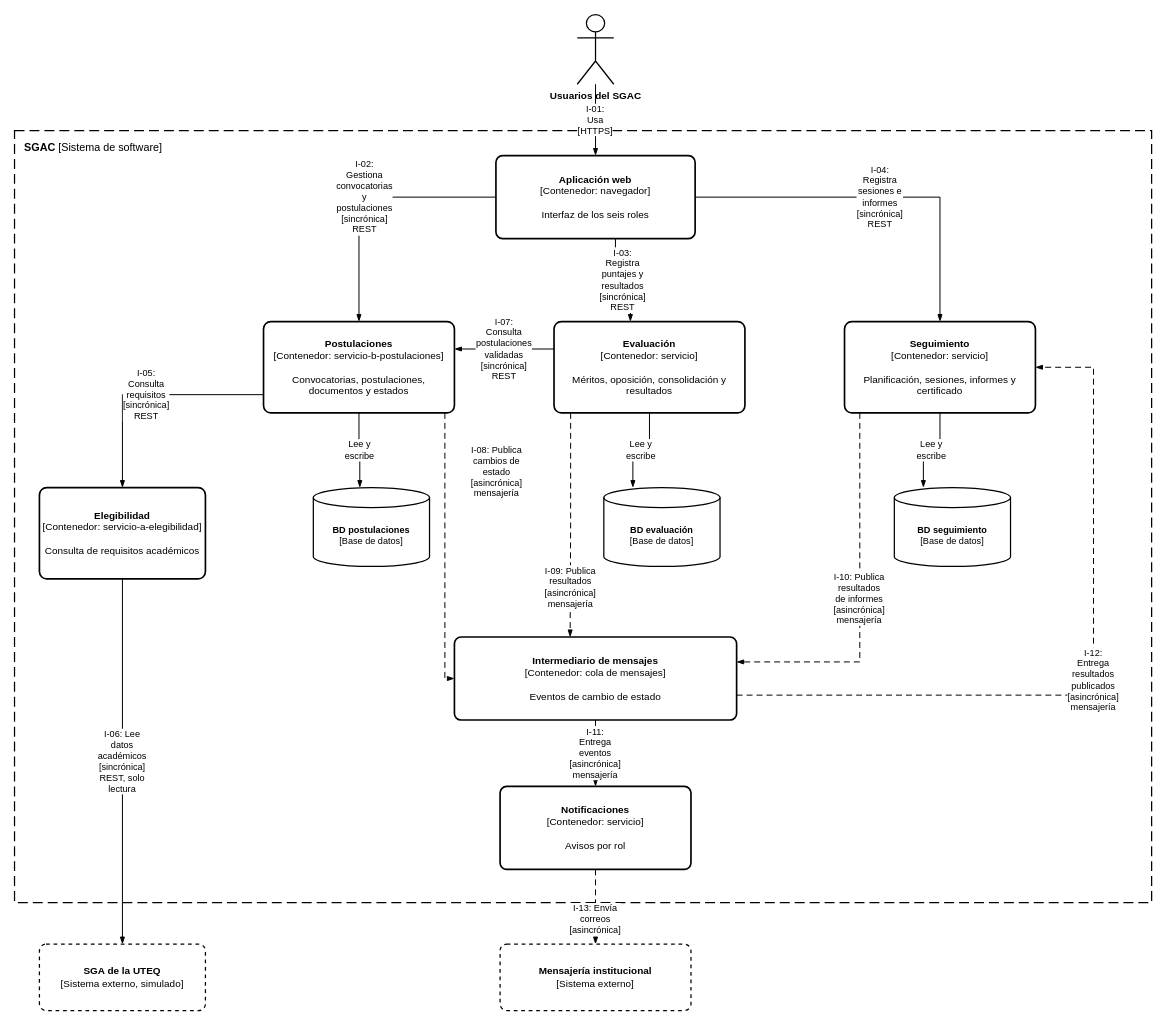
This is docs/diagramas/c4-nivel2-contenedores.drawio from DarwinDevCode/AD_TA-PFC-E1, a draw.io file, before an edit. Source tidied: cells renumbered, new cells numbered last; positions are measured from the earlier drawing's top-left corner, leaving out a move shared by most shapes. Both pictures are drawn from the tidied source at 83%, with x=0, y=0 at pixel (14, 14).
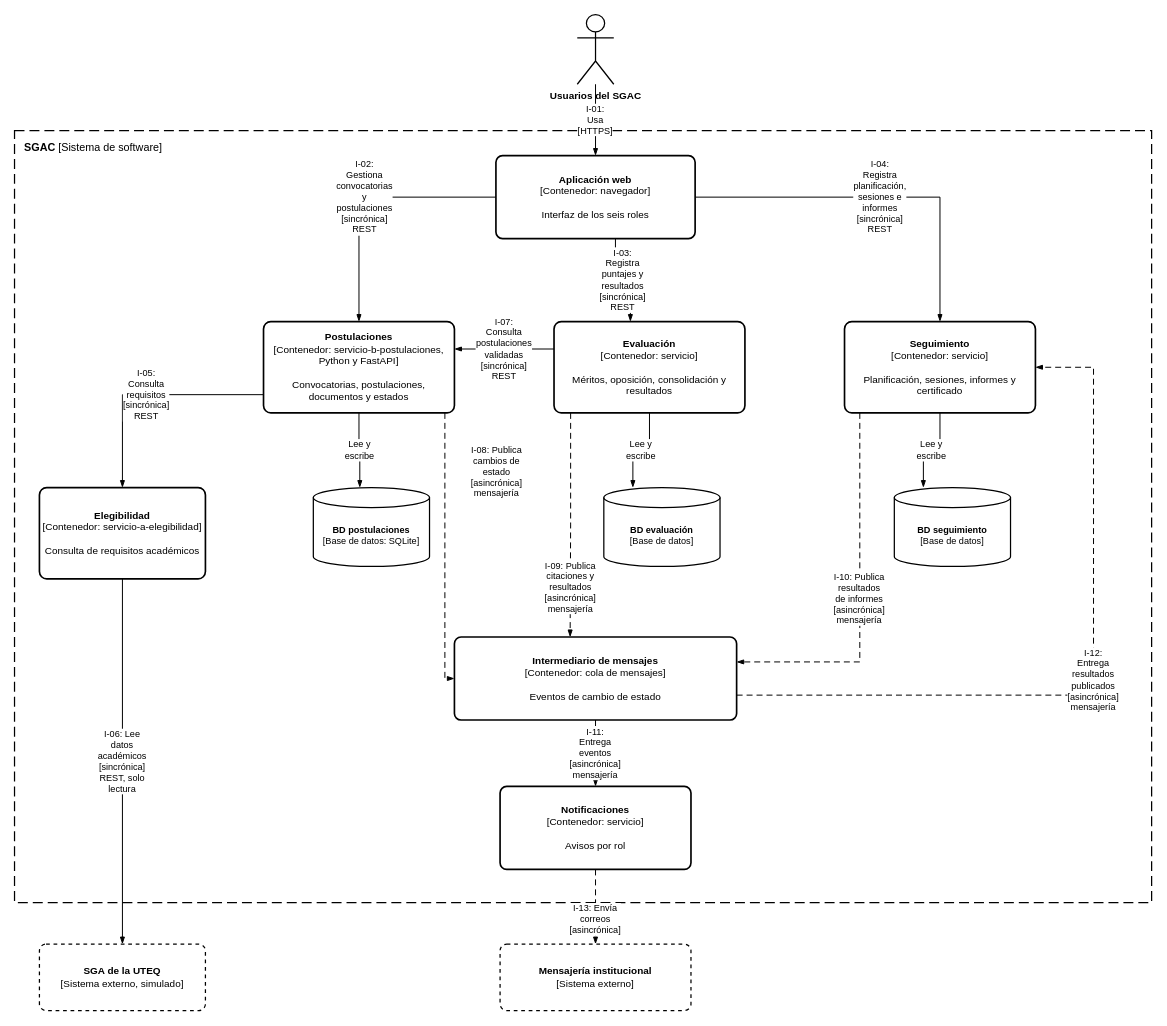
The same diagram, later.

Commit message (it also covers changes not shown here):
docs(diagramas): actualiza las interacciones del c4 nivel 2

incorpora planificacion en i-04, citaciones en i-09 y la tecnologia de postulaciones, y actualiza el pdf.

Unchanged cells that the change refers to:
```xml
<mxCell id="4" value="&lt;b&gt;Aplicación web&lt;/b&gt;&lt;br&gt;[Contenedor: navegador]&lt;br&gt;&lt;br&gt;Interfaz de los seis roles" style="rounded=1;whiteSpace=wrap;html=1;arcSize=8;fillColor=#FFFFFF;strokeColor=#000000;strokeWidth=2;fontColor=#000000;fontSize=12;" parent="1" vertex="1">
  <mxGeometry x="580" y="170" width="240" height="100" as="geometry" />
</mxCell>
<mxCell id="6" value="&lt;b&gt;Evaluación&lt;/b&gt;&lt;br&gt;[Contenedor: servicio]&lt;br&gt;&lt;br&gt;Méritos, oposición, consolidación y resultados" style="rounded=1;whiteSpace=wrap;html=1;arcSize=8;fillColor=#FFFFFF;strokeColor=#000000;strokeWidth=2;fontColor=#000000;fontSize=12;" parent="1" vertex="1">
  <mxGeometry x="650" y="370" width="230" height="110" as="geometry" />
</mxCell>
<mxCell id="7" value="&lt;b&gt;Seguimiento&lt;/b&gt;&lt;br&gt;[Contenedor: servicio]&lt;br&gt;&lt;br&gt;Planificación, sesiones, informes y certificado" style="rounded=1;whiteSpace=wrap;html=1;arcSize=8;fillColor=#FFFFFF;strokeColor=#000000;strokeWidth=2;fontColor=#000000;fontSize=12;" parent="1" vertex="1">
  <mxGeometry x="1000" y="370" width="230" height="110" as="geometry" />
</mxCell>
<mxCell id="12" value="&lt;b&gt;Intermediario de mensajes&lt;/b&gt;&lt;br&gt;[Contenedor: cola de mensajes]&lt;br&gt;&lt;br&gt;Eventos de cambio de estado" style="rounded=1;whiteSpace=wrap;html=1;arcSize=8;fillColor=#FFFFFF;strokeColor=#000000;strokeWidth=2;fontColor=#000000;fontSize=12;" parent="1" vertex="1">
  <mxGeometry x="530" y="750" width="340" height="100" as="geometry" />
</mxCell>
```

Diff of the diagram source:
```diff
@@
-    <mxCell id="5" value="&lt;b&gt;Postulaciones&lt;/b&gt;&lt;br&gt;[Contenedor: servicio-b-postulaciones]&lt;br&gt;&lt;br&gt;Convocatorias, postulaciones, documentos y estados" style="rounded=1;whiteSpace=wrap;html=1;arcSize=8;fillColor=#FFFFFF;strokeColor=#000000;strokeWidth=2;fontColor=#000000;fontSize=12;" parent="1" vertex="1">
+    <mxCell id="5" value="&lt;b&gt;Postulaciones&lt;/b&gt;&lt;br&gt;[Contenedor: servicio-b-postulaciones, Python y FastAPI]&lt;br&gt;&lt;br&gt;Convocatorias, postulaciones, documentos y estados" style="rounded=1;whiteSpace=wrap;html=1;arcSize=8;fillColor=#FFFFFF;strokeColor=#000000;strokeWidth=2;fontColor=#000000;fontSize=12;" parent="1" vertex="1">
       <mxGeometry x="300" y="370" width="230" height="110" as="geometry" />
     </mxCell>
@@
-    <mxCell id="9" value="&lt;b&gt;BD postulaciones&lt;/b&gt;&lt;br&gt;[Base de datos]" style="shape=cylinder3;whiteSpace=wrap;html=1;boundedLbl=1;backgroundOutline=1;size=12;fillColor=#FFFFFF;strokeColor=#000000;strokeWidth=1.5;fontColor=#000000;fontSize=11;" parent="1" vertex="1">
+    <mxCell id="9" value="&lt;b&gt;BD postulaciones&lt;/b&gt;&lt;br&gt;[Base de datos: SQLite]" style="shape=cylinder3;whiteSpace=wrap;html=1;boundedLbl=1;backgroundOutline=1;size=12;fillColor=#FFFFFF;strokeColor=#000000;strokeWidth=1.5;fontColor=#000000;fontSize=11;" parent="1" vertex="1">
       <mxGeometry x="360" y="570" width="140" height="95" as="geometry" />
     </mxCell>
@@
-    <mxCell id="19" value="I-04: Registra sesiones e informes&lt;br&gt;[sincrónica] REST" style="endArrow=blockThin;endFill=1;html=1;whiteSpace=wrap;rounded=0;edgeStyle=orthogonalEdgeStyle;strokeColor=#000000;strokeWidth=1.2;fontColor=#000000;fontSize=11;labelBackgroundColor=#FFFFFF;exitX=1;exitY=0.5;exitDx=0;exitDy=0;entryX=0.5;entryY=0;entryDx=0;entryDy=0;" parent="1" edge="1" source="4" target="7">
+    <mxCell id="19" value="I-04: Registra planificación, sesiones e informes&lt;br&gt;[sincrónica] REST" style="endArrow=blockThin;endFill=1;html=1;whiteSpace=wrap;rounded=0;edgeStyle=orthogonalEdgeStyle;strokeColor=#000000;strokeWidth=1.2;fontColor=#000000;fontSize=11;labelBackgroundColor=#FFFFFF;exitX=1;exitY=0.5;exitDx=0;exitDy=0;entryX=0.5;entryY=0;entryDx=0;entryDy=0;" parent="1" edge="1" source="4" target="7">
       <mxGeometry relative="1" as="geometry" />
     </mxCell>
@@
-    <mxCell id="24" value="I-09: Publica resultados&lt;br&gt;[asincrónica] mensajería" style="endArrow=blockThin;endFill=1;html=1;whiteSpace=wrap;rounded=0;edgeStyle=orthogonalEdgeStyle;strokeColor=#000000;strokeWidth=1.2;fontColor=#000000;fontSize=11;labelBackgroundColor=#FFFFFF;dashed=1;dashPattern=6 4;exitX=0.087;exitY=1;exitDx=0;exitDy=0;entryX=0.41;entryY=0;entryDx=0;entryDy=0;" parent="1" edge="1" source="6" target="12">
+    <mxCell id="24" value="I-09: Publica citaciones y resultados&lt;br&gt;[asincrónica] mensajería" style="endArrow=blockThin;endFill=1;html=1;whiteSpace=wrap;rounded=0;edgeStyle=orthogonalEdgeStyle;strokeColor=#000000;strokeWidth=1.2;fontColor=#000000;fontSize=11;labelBackgroundColor=#FFFFFF;dashed=1;dashPattern=6 4;exitX=0.087;exitY=1;exitDx=0;exitDy=0;entryX=0.41;entryY=0;entryDx=0;entryDy=0;" parent="1" edge="1" source="6" target="12">
       <mxGeometry relative="1" as="geometry">
         <mxPoint y="75" as="offset" />
       </mxGeometry>
     </mxCell>
```
